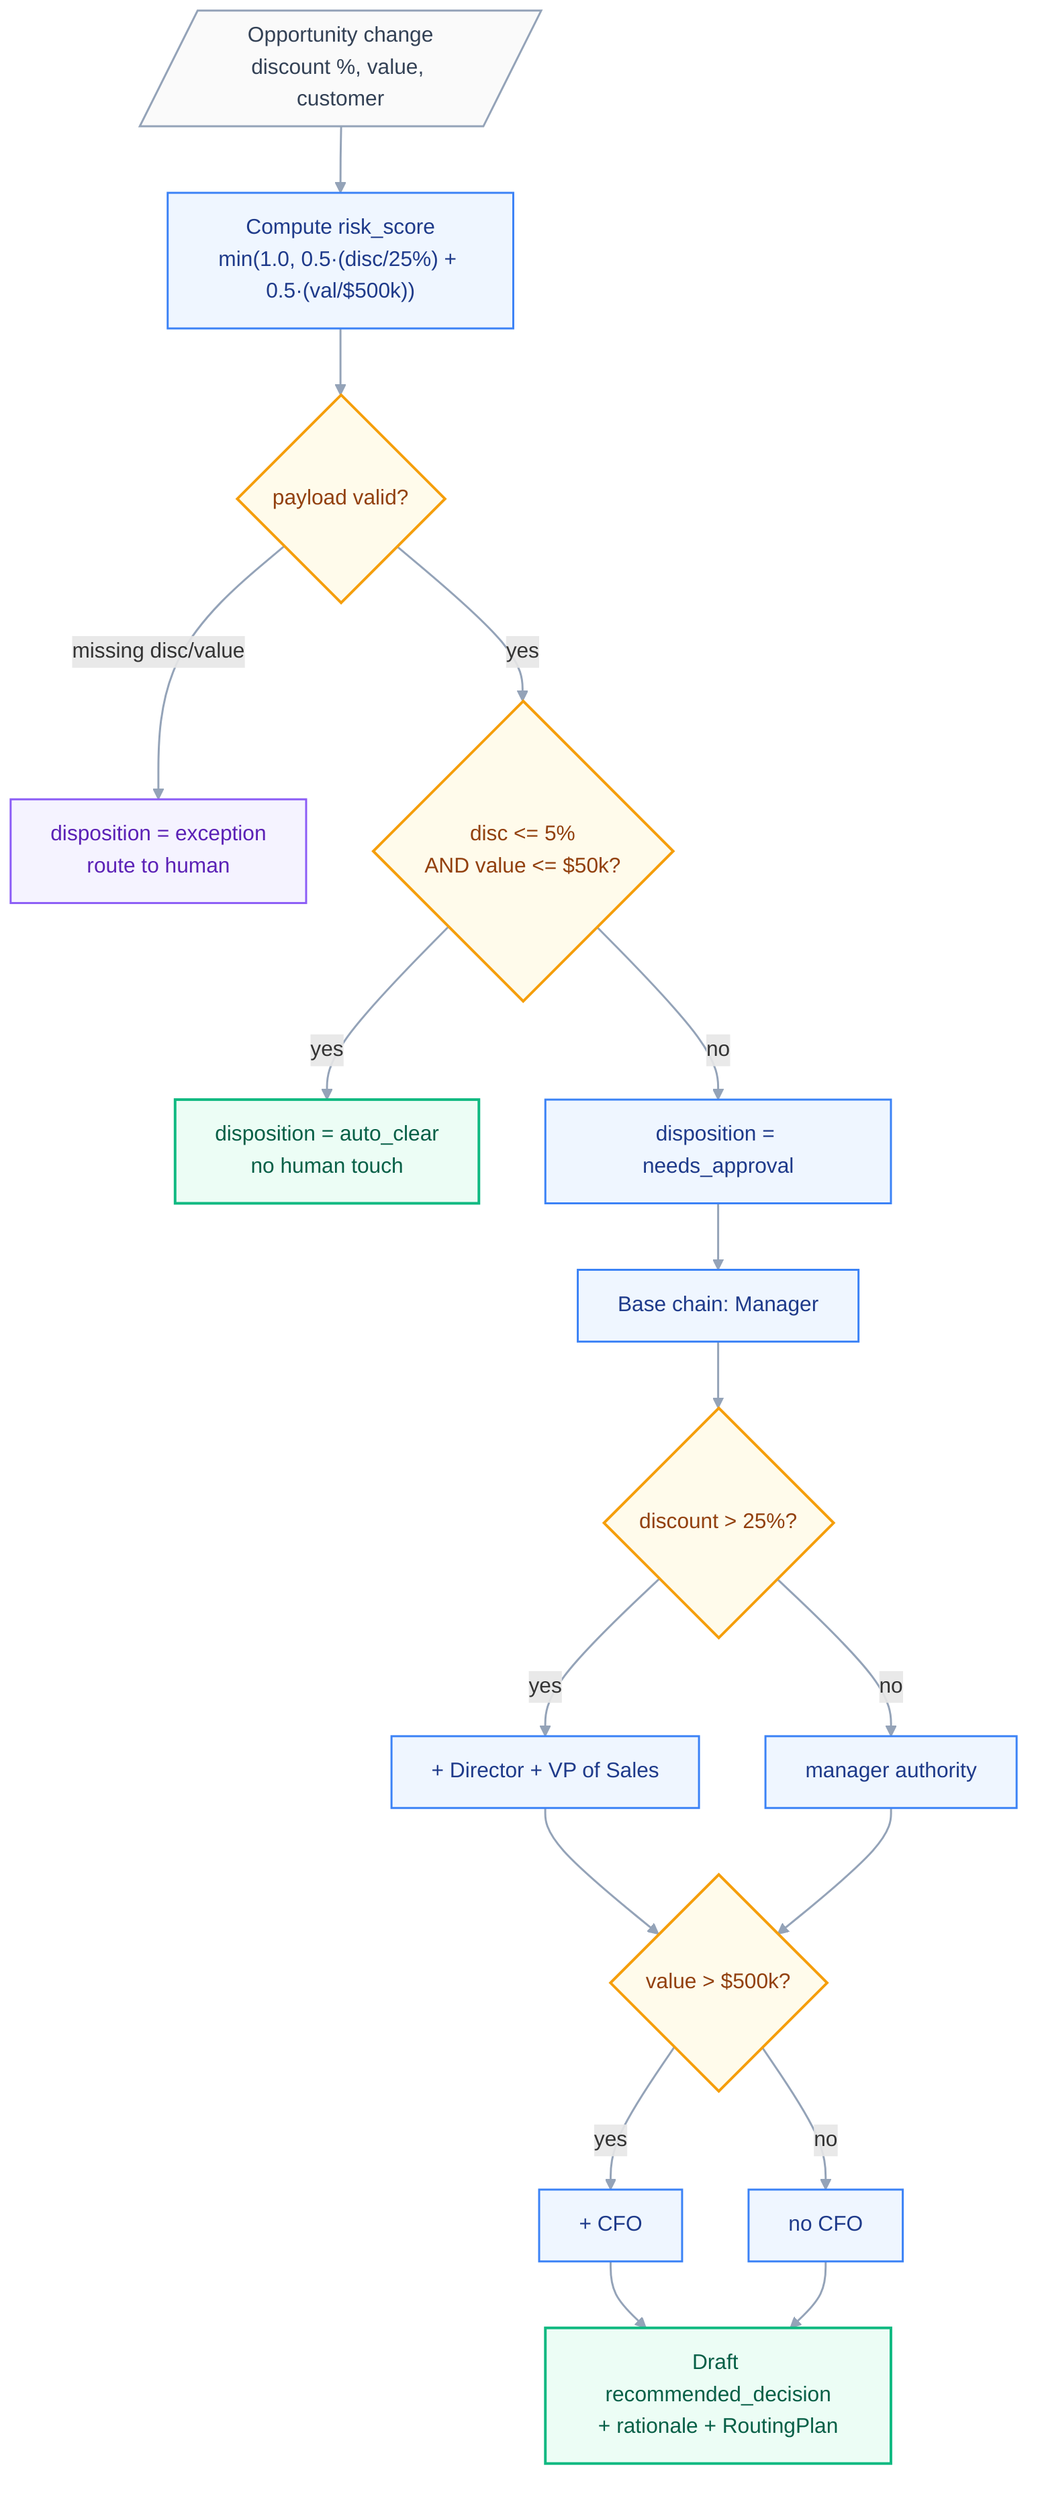
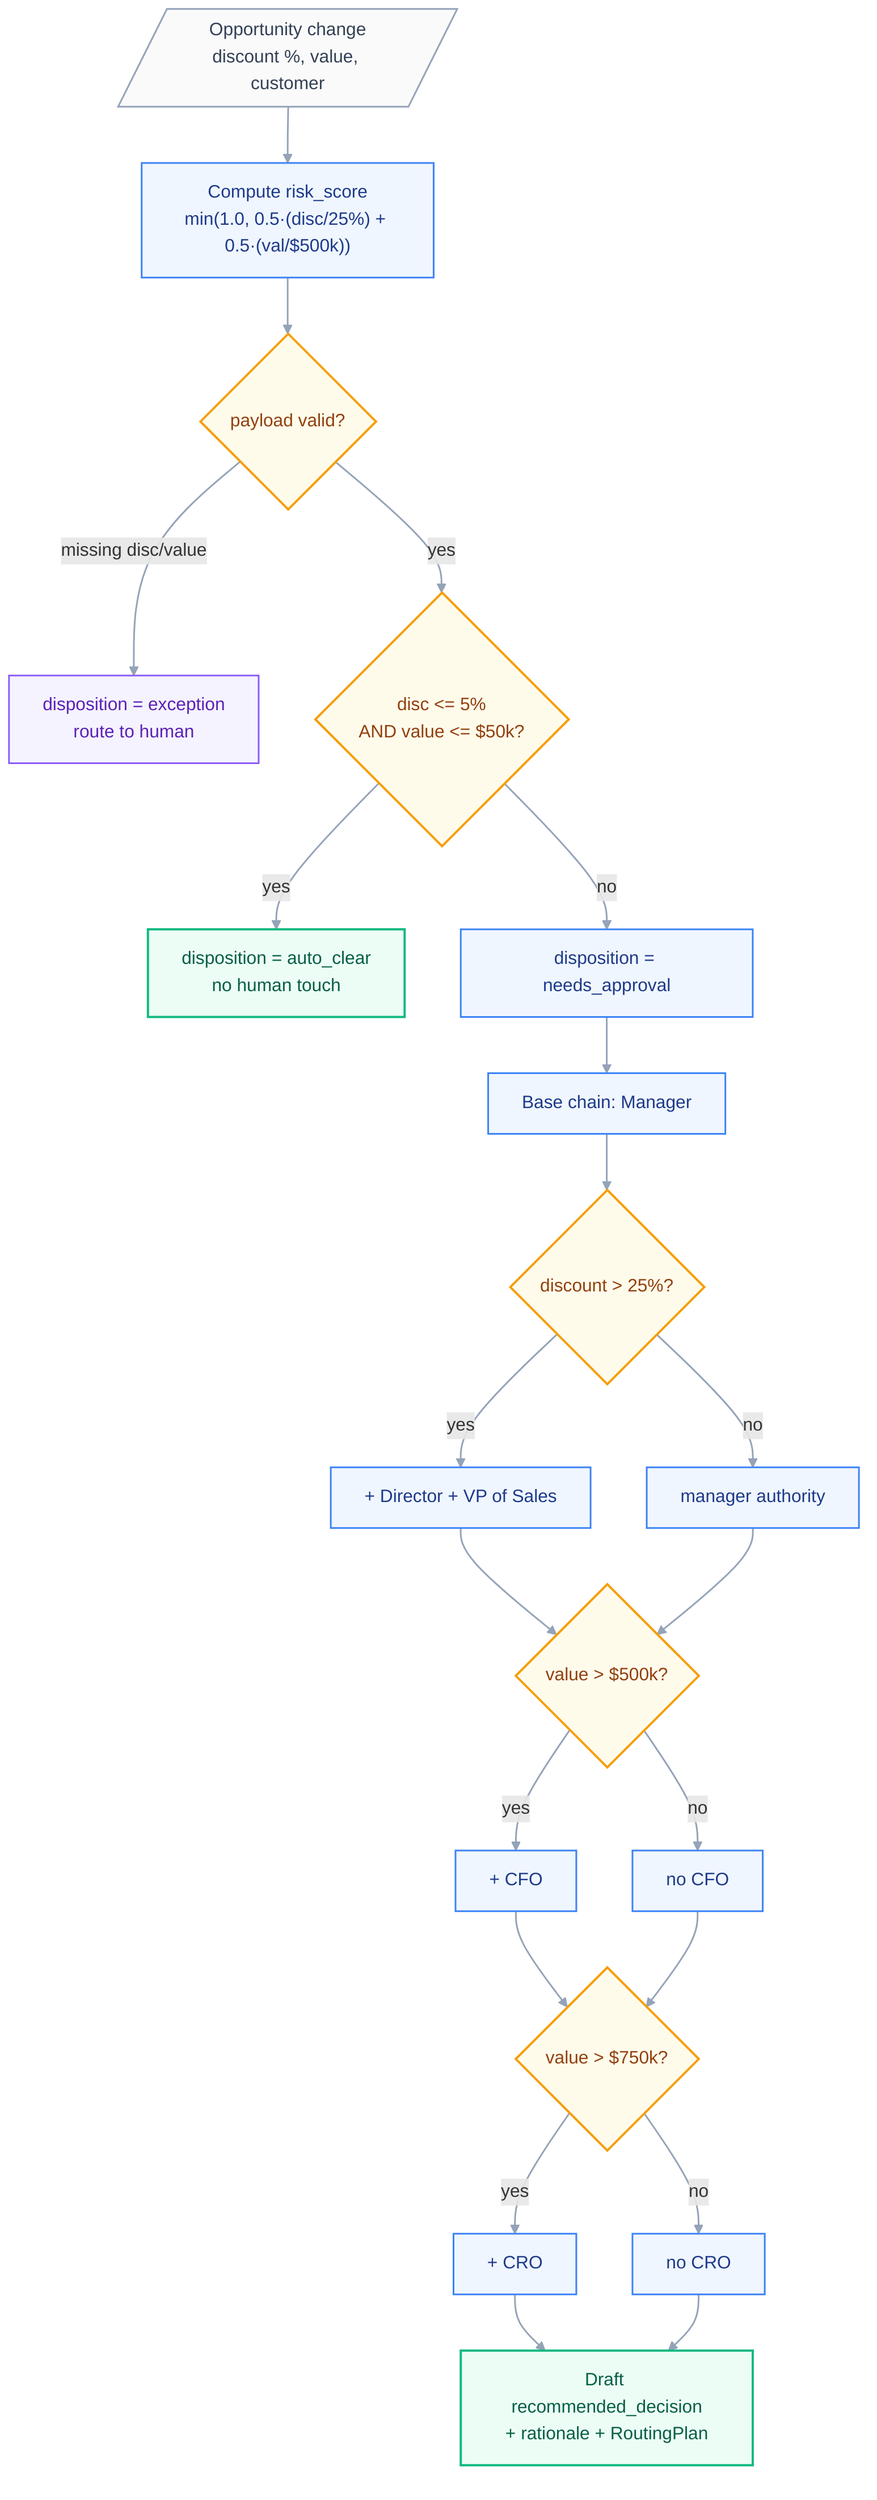
flowchart TD
  In[/"Opportunity change<br/>discount %, value, customer"/]:::external --> Score["Compute risk_score<br/>min(1.0, 0.5·(disc/25%) + 0.5·(val/$500k))"]:::service
  Score --> Valid{"payload valid?"}:::decision
  Valid -->|"missing disc/value"| Exc["disposition = exception<br/>route to human"]:::human
  Valid -->|yes| Auto{"disc <= 5%<br/>AND value <= $50k?"}:::decision
  Auto -->|yes| AC["disposition = auto_clear<br/>no human touch"]:::endOk
  Auto -->|no| NA["disposition = needs_approval"]:::service
  NA --> Mgr["Base chain: Manager"]:::service
  Mgr --> D1{"discount > 25%?"}:::decision
  D1 -->|yes| AddDV["+ Director + VP of Sales"]:::service
  D1 -->|no| Skip1["manager authority"]:::service
  AddDV --> D2{"value > $500k?"}:::decision
  Skip1 --> D2
  D2 -->|yes| AddCfo["+ CFO"]:::service
  D2 -->|no| Skip2["no CFO"]:::service
-   AddCfo --> Draft["Draft recommended_decision<br/>+ rationale + RoutingPlan"]:::endOk
-   Skip2 --> Draft
+   AddCfo --> D3{"value > $750k?"}:::decision
+   Skip2 --> D3
+   D3 -->|yes| AddCro["+ CRO"]:::service
+   D3 -->|no| Skip3["no CRO"]:::service
+   AddCro --> Draft["Draft recommended_decision<br/>+ rationale + RoutingPlan"]:::endOk
+   Skip3 --> Draft

  classDef service fill:#EFF6FF,stroke:#3B82F6,color:#1E3A8A,stroke-width:1.5px
  classDef decision fill:#FFFBEB,stroke:#F59E0B,color:#92400E,stroke-width:2px
  classDef human fill:#F5F3FF,stroke:#8B5CF6,color:#5B21B6,stroke-width:1.5px
  classDef external fill:#FAFAFA,stroke:#94A3B8,color:#334155,stroke-width:1.5px
  classDef endOk fill:#ECFDF5,stroke:#10B981,color:#065F46,stroke-width:2px
  linkStyle default stroke:#94A3B8,stroke-width:1.5px
